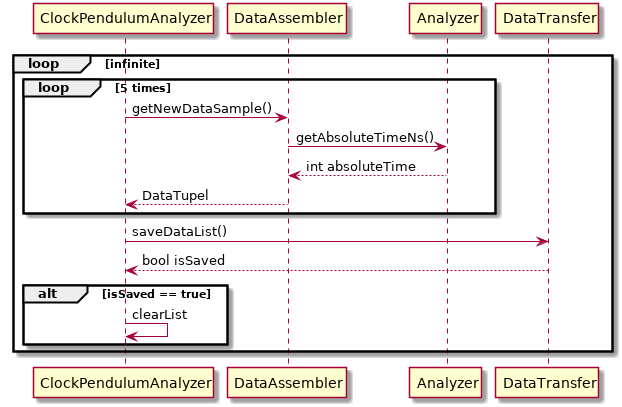
Earlier version of the PlantUML export docs/uml/sequence_data_save.png (gnomengineer/ClockPendelumAnalyzer).
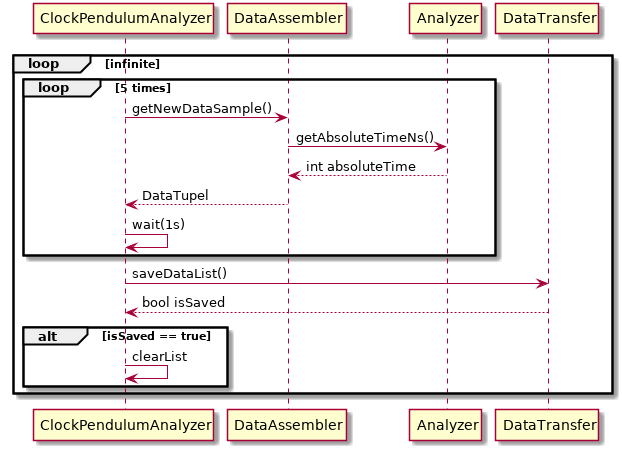
After the change.

Commit message:
update of sequence diagram save data

Change to the diagram source:
```diff
@@ -6,6 +6,7 @@
         DataAssembler -> Analyzer : getAbsoluteTimeNs()
         DataAssembler <-- Analyzer : int absoluteTime
         ClockPendulumAnalyzer <-- DataAssembler : DataTupel
+        ClockPendulumAnalyzer -> ClockPendulumAnalyzer : wait(1s)
     end
 
     ClockPendulumAnalyzer -> DataTransfer : saveDataList()
```
